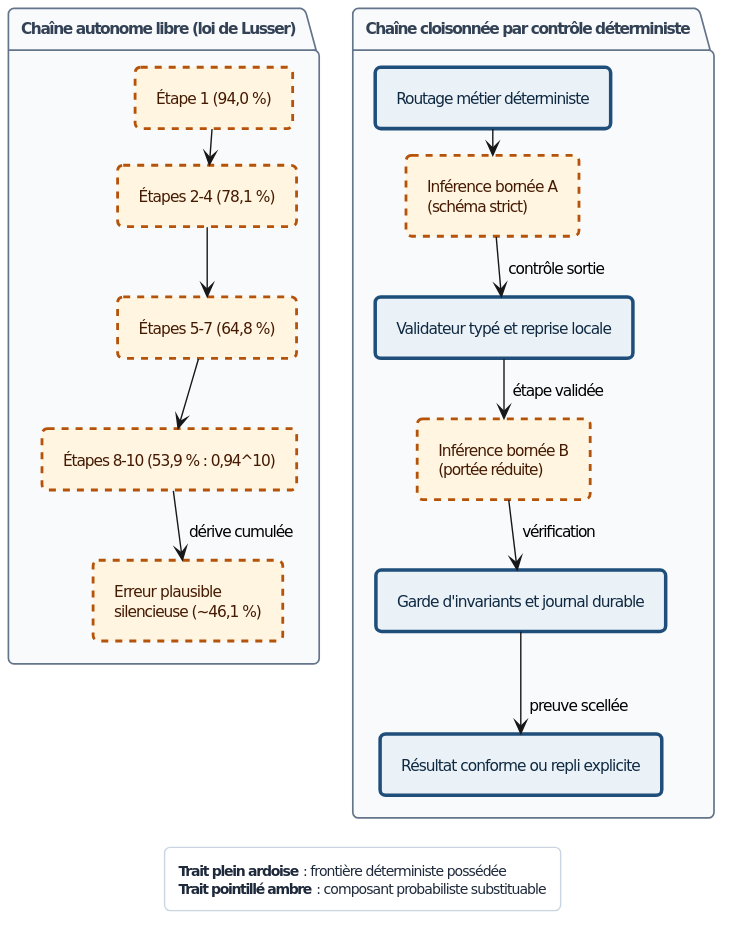
agbruneau/Agentique keeps this PlantUML diagram as 7 - Livre 2027/diagrammes/rendus/Fig-04.svg. Above is the earlier version.
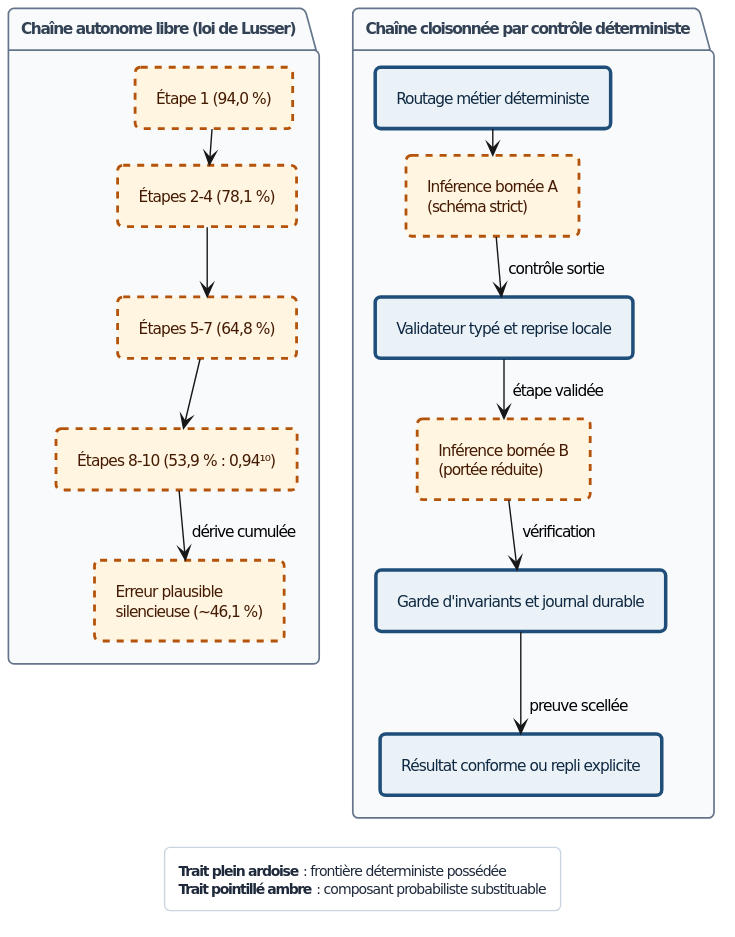
The same file after the commit.

The edit, as a diff of the source:
```diff
@@ -49,7 +49,7 @@
   rectangle "Étape 1 (94,0 %)" as U1 <<prob>>
   rectangle "Étapes 2-4 (78,1 %)" as U2 <<prob>>
   rectangle "Étapes 5-7 (64,8 %)" as U3 <<prob>>
-  rectangle "Étapes 8-10 (53,9 % : 0,94^10)" as U4 <<prob>>
+  rectangle "Étapes 8-10 (53,9 % : 0,94¹⁰)" as U4 <<prob>>
   rectangle "Erreur plausible\nsilencieuse (~46,1 %)" as U5 <<prob>>
 }
 
```
